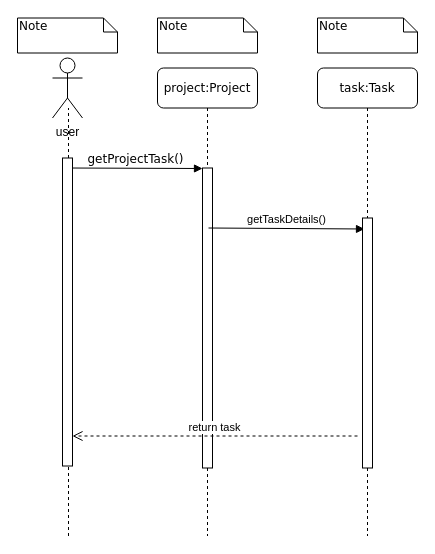
Earlier version of the draw.io diagram Behavioral Modeling/seq diagram - task - add task.drawio (amirabbas8/ScrumOfficer). Source tidied: cells renumbered, new cells numbered last; positions are measured from the earlier drawing's top-left corner, leaving out a move shared by most shapes. Both pictures are drawn from the tidied source at 100%, with x=0, y=0 at pixel (17, 18).
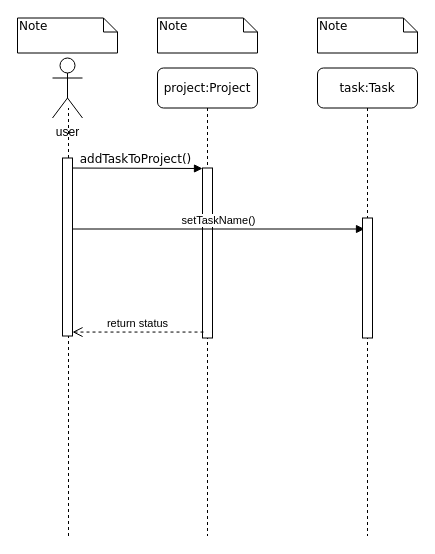
The same page after the edit.

Commit message:
add task seq dgrm #21

Diff of the diagram source:
```diff
@@
 <mxGraphModel>
   <root>
     <mxCell id="0" />
     <mxCell id="1" parent="0" />
     <mxCell id="2" value="project:Project&lt;br&gt;" style="shape=umlLifeline;perimeter=lifelinePerimeter;whiteSpace=wrap;html=1;rounded=1;shadow=0;comic=0;labelBackgroundColor=none;strokeColor=#000000;strokeWidth=1;fillColor=#FFFFFF;fontFamily=Verdana;fontSize=12;fontColor=#000000;align=center;" parent="1" vertex="1">
       <mxGeometry x="140" y="49.5" width="100" height="468" as="geometry" />
     </mxCell>
     <mxCell id="3" style="html=1;points=[];perimeter=orthogonalPerimeter;rounded=0;shadow=0;comic=0;labelBackgroundColor=none;strokeColor=#000000;strokeWidth=1;fillColor=#FFFFFF;fontFamily=Verdana;fontSize=12;fontColor=#000000;align=center;" parent="2" vertex="1">
-      <mxGeometry x="45" y="100" width="10" height="300" as="geometry" />
+      <mxGeometry x="45" y="100" width="10" height="170" as="geometry" />
     </mxCell>
-    <mxCell id="4" value="getTaskDetails()" style="html=1;verticalAlign=bottom;endArrow=block;entryX=0.1;entryY=0.1;entryDx=0;entryDy=0;entryPerimeter=0;" parent="2" edge="1">
+    <mxCell id="4" value="setTaskName()" style="html=1;verticalAlign=bottom;endArrow=block;entryX=0.1;entryY=0.1;entryDx=0;entryDy=0;entryPerimeter=0;" parent="2" edge="1" source="13">
       <mxGeometry relative="1" as="geometry">
-        <mxPoint x="51" y="160" as="sourcePoint" />
         <mxPoint x="207" y="161" as="targetPoint" />
       </mxGeometry>
     </mxCell>
     <mxCell id="5" value="task:Task&lt;br&gt;" style="shape=umlLifeline;perimeter=lifelinePerimeter;whiteSpace=wrap;html=1;rounded=1;shadow=0;comic=0;labelBackgroundColor=none;strokeColor=#000000;strokeWidth=1;fillColor=#FFFFFF;fontFamily=Verdana;fontSize=12;fontColor=#000000;align=center;" parent="1" vertex="1">
       <mxGeometry x="300" y="49.5" width="100" height="468" as="geometry" />
     </mxCell>
     <mxCell id="6" style="html=1;perimeter=orthogonalPerimeter;rounded=0;shadow=0;comic=0;labelBackgroundColor=none;strokeColor=#000000;strokeWidth=1;fillColor=#FFFFFF;fontFamily=Verdana;fontSize=12;fontColor=#000000;align=center;" parent="5" vertex="1">
-      <mxGeometry x="45" y="150" width="10" height="250" as="geometry" />
+      <mxGeometry x="45" y="150" width="10" height="120" as="geometry" />
     </mxCell>
-    <mxCell id="7" value="getProjectTask()&lt;br&gt;" style="html=1;verticalAlign=bottom;endArrow=block;entryX=0;entryY=0;labelBackgroundColor=none;fontFamily=Verdana;fontSize=12;edgeStyle=elbowEdgeStyle;elbow=vertical;" parent="1" edge="1" target="3">
+    <mxCell id="7" value="addTaskToProject()&lt;br&gt;" style="html=1;verticalAlign=bottom;endArrow=block;entryX=0;entryY=0;labelBackgroundColor=none;fontFamily=Verdana;fontSize=12;edgeStyle=elbowEdgeStyle;elbow=vertical;" parent="1" edge="1" target="3">
       <mxGeometry relative="1" as="geometry">
         <mxPoint x="50" y="149.5" as="sourcePoint" />
       </mxGeometry>
     </mxCell>
     <mxCell id="8" value="Note" style="shape=note;whiteSpace=wrap;html=1;size=14;verticalAlign=top;align=left;spacingTop=-6;rounded=0;shadow=0;comic=0;labelBackgroundColor=none;strokeColor=#000000;strokeWidth=1;fillColor=#FFFFFF;fontFamily=Verdana;fontSize=12;fontColor=#000000;" parent="1" vertex="1">
       <mxGeometry y="-0.5" width="100" height="35" as="geometry" />
     </mxCell>
     <mxCell id="9" value="Note" style="shape=note;whiteSpace=wrap;html=1;size=14;verticalAlign=top;align=left;spacingTop=-6;rounded=0;shadow=0;comic=0;labelBackgroundColor=none;strokeColor=#000000;strokeWidth=1;fillColor=#FFFFFF;fontFamily=Verdana;fontSize=12;fontColor=#000000;" parent="1" vertex="1">
       <mxGeometry x="140" y="-0.5" width="100" height="35" as="geometry" />
     </mxCell>
     <mxCell id="10" value="Note" style="shape=note;whiteSpace=wrap;html=1;size=14;verticalAlign=top;align=left;spacingTop=-6;rounded=0;shadow=0;comic=0;labelBackgroundColor=none;strokeColor=#000000;strokeWidth=1;fillColor=#FFFFFF;fontFamily=Verdana;fontSize=12;fontColor=#000000;" parent="1" vertex="1">
       <mxGeometry x="300" y="-0.5" width="100" height="35" as="geometry" />
     </mxCell>
     <mxCell id="11" style="endArrow=none;dashed=1;html=1;" parent="1" edge="1" source="13">
       <mxGeometry relative="1" as="geometry">
         <mxPoint x="51" y="89.5" as="targetPoint" />
       </mxGeometry>
     </mxCell>
     <mxCell id="12" value="user&lt;br&gt;" style="shape=umlActor;html=1;verticalLabelPosition=bottom;verticalAlign=top;align=center;" parent="1" vertex="1">
       <mxGeometry x="35" y="39.5" width="30" height="60" as="geometry" />
     </mxCell>
     <mxCell id="13" style="html=1;points=[];perimeter=orthogonalPerimeter;" parent="1" vertex="1">
-      <mxGeometry x="45" y="139.5" width="10" height="308" as="geometry" />
+      <mxGeometry x="45" y="139.5" width="10" height="178" as="geometry" />
     </mxCell>
     <mxCell id="14" style="endArrow=none;dashed=1;html=1;" parent="1" edge="1" target="13">
       <mxGeometry relative="1" as="geometry">
         <mxPoint x="51" y="517.5" as="sourcePoint" />
       </mxGeometry>
     </mxCell>
-    <mxCell id="15" value="return task" style="html=1;verticalAlign=bottom;endArrow=open;dashed=1;endSize=8;" parent="1" edge="1" target="13">
-      <mxGeometry relative="1" as="geometry">
-        <mxPoint x="340" y="417.5" as="sourcePoint" />
-      </mxGeometry>
+    <mxCell id="15" value="return status" style="html=1;verticalAlign=bottom;endArrow=open;dashed=1;endSize=8;exitX=0.1;exitY=0.965;exitDx=0;exitDy=0;exitPerimeter=0;" parent="1" edge="1" source="3" target="13">
+      <mxGeometry relative="1" as="geometry" />
     </mxCell>
   </root>
 </mxGraphModel>
```
